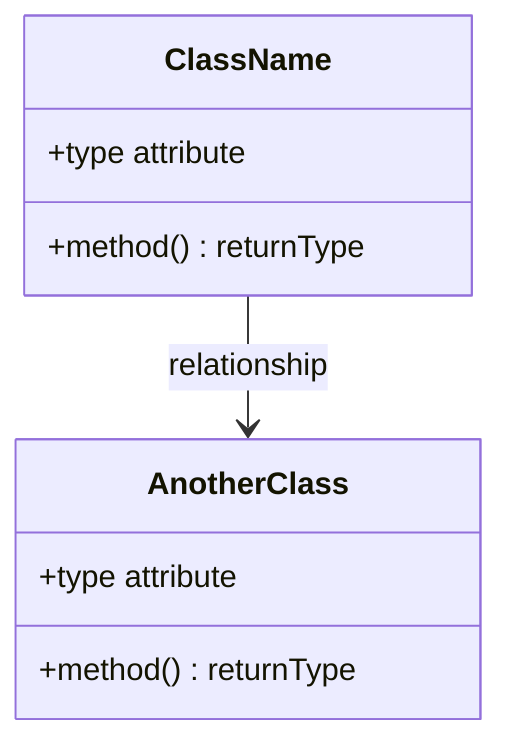
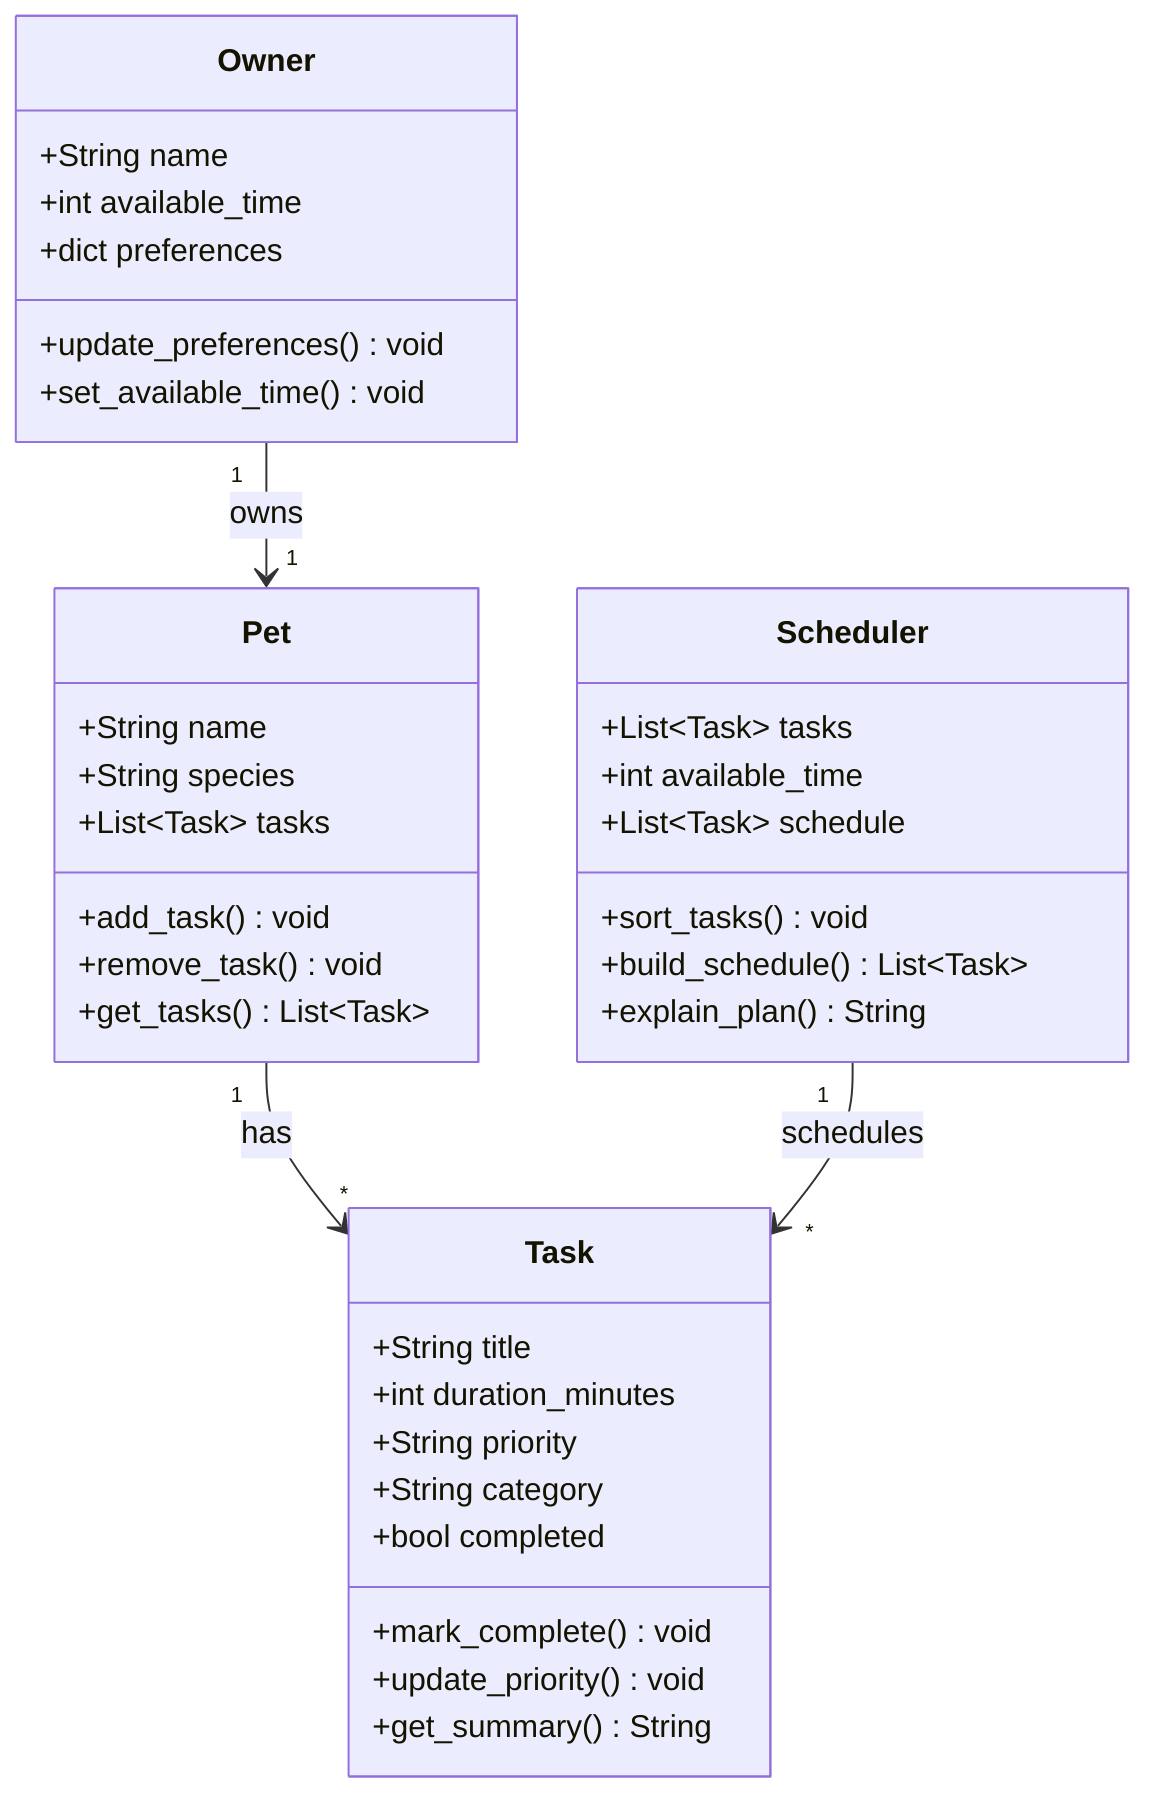
classDiagram
-     %% Replace the placeholders below with your actual classes, attributes, methods, and relationships.
-     %% Keep this file updated so it matches your final implementation.
- 
-     class ClassName {
-         +type attribute
-         +method() returnType
+     class Owner {
+         +String name
+         +int available_time
+         +dict preferences
+         +update_preferences() void
+         +set_available_time() void
    }

-     class AnotherClass {
-         +type attribute
-         +method() returnType
+     class Pet {
+         +String name
+         +String species
+         +List~Task~ tasks
+         +add_task() void
+         +remove_task() void
+         +get_tasks() List~Task~
    }

-     ClassName --> AnotherClass : relationship
+     class Task {
+         +String title
+         +int duration_minutes
+         +String priority
+         +String category
+         +bool completed
+         +mark_complete() void
+         +update_priority() void
+         +get_summary() String
+     }
+ 
+     class Scheduler {
+         +List~Task~ tasks
+         +int available_time
+         +List~Task~ schedule
+         +sort_tasks() void
+         +build_schedule() List~Task~
+         +explain_plan() String
+     }
+ 
+     Owner "1" --> "1" Pet : owns
+     Pet "1" --> "*" Task : has
+     Scheduler "1" --> "*" Task : schedules
